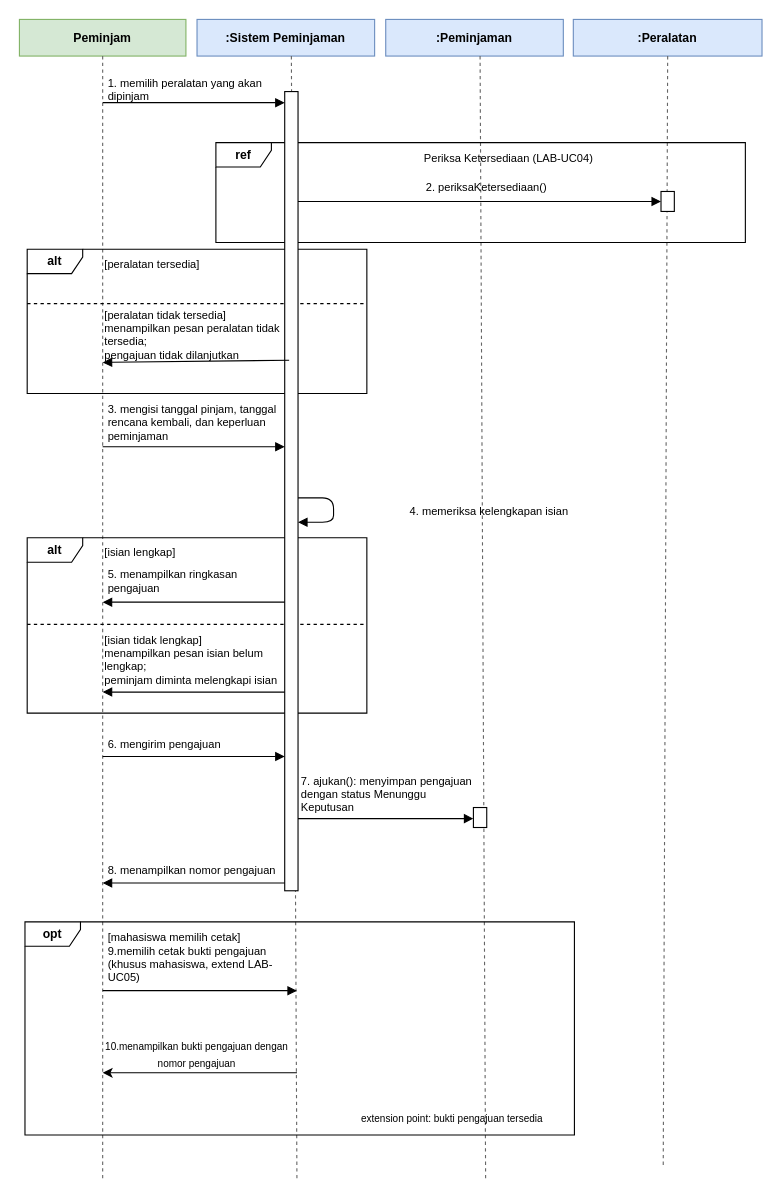
Above: 04_model_analisis/P07/LAB/P07_2406104_LAB_sequence_peminjaman_v01.drawio in 2406104/IFRWP5149_2406104_LabAlat (draw.io), before the change. Source tidied: cells renumbered, new cells numbered last; positions are measured from the earlier drawing's top-left corner, leaving out a move shared by most shapes. Both pictures are drawn from the tidied source at 111%, with x=0, y=0 at pixel (19, 19).
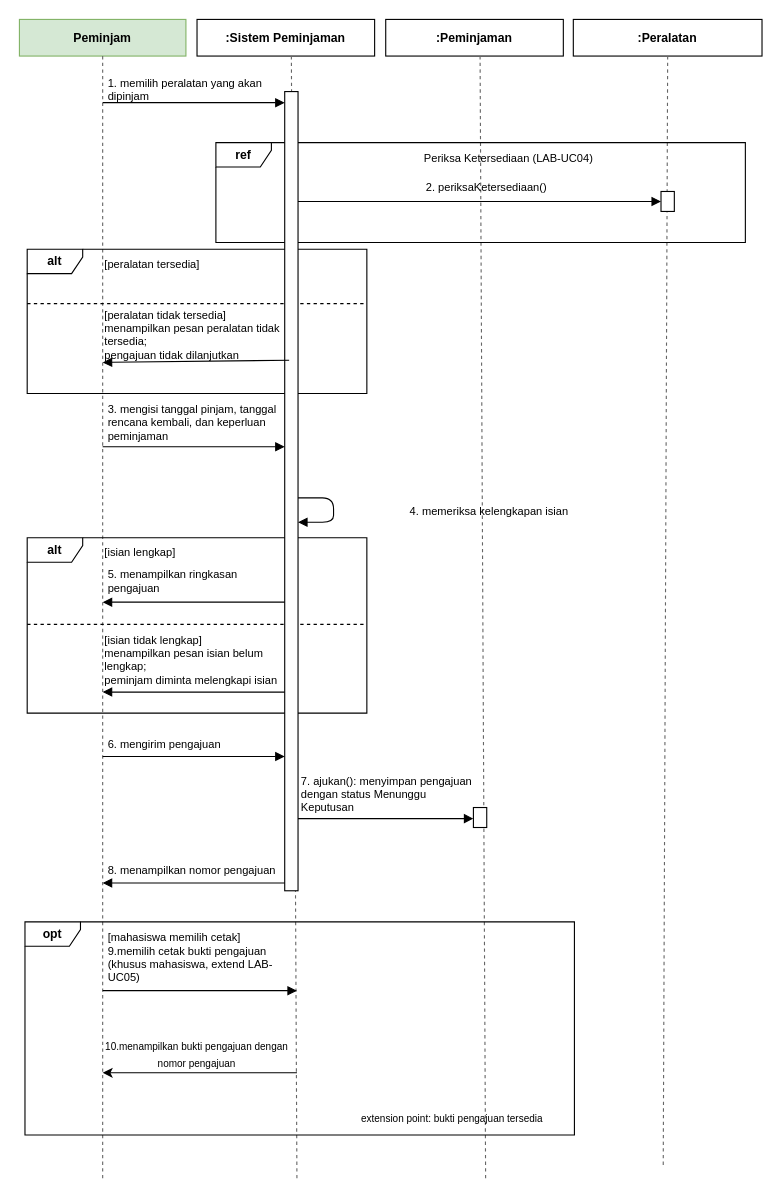
The same diagram, later.

The edit, as a diff of the source:
```diff
@@
-    <mxCell id="4" value=":Sistem Peminjaman" style="rounded=0;whiteSpace=wrap;html=1;fontStyle=1;fontSize=11;fillColor=#dae8fc;strokeColor=#6c8ebf;" parent="1" vertex="1">
+    <mxCell id="4" value=":Sistem Peminjaman" style="rounded=0;whiteSpace=wrap;html=1;fontStyle=1;fontSize=11;" parent="1" vertex="1">
       <mxGeometry x="160" width="160" height="33" as="geometry" />
     </mxCell>
@@
-    <mxCell id="6" value=":Peminjaman" style="rounded=0;whiteSpace=wrap;html=1;fontStyle=1;fontSize=11;fillColor=#dae8fc;strokeColor=#6c8ebf;" parent="1" vertex="1">
+    <mxCell id="6" value=":Peminjaman" style="rounded=0;whiteSpace=wrap;html=1;fontStyle=1;fontSize=11;" parent="1" vertex="1">
       <mxGeometry x="330" width="160" height="33" as="geometry" />
     </mxCell>
@@
-    <mxCell id="8" value=":Peralatan" style="rounded=0;whiteSpace=wrap;html=1;fontStyle=1;fontSize=11;fillColor=#dae8fc;strokeColor=#6c8ebf;" parent="1" vertex="1">
+    <mxCell id="8" value=":Peralatan" style="rounded=0;whiteSpace=wrap;html=1;fontStyle=1;fontSize=11;" parent="1" vertex="1">
       <mxGeometry x="499" width="170" height="33" as="geometry" />
     </mxCell>
```
